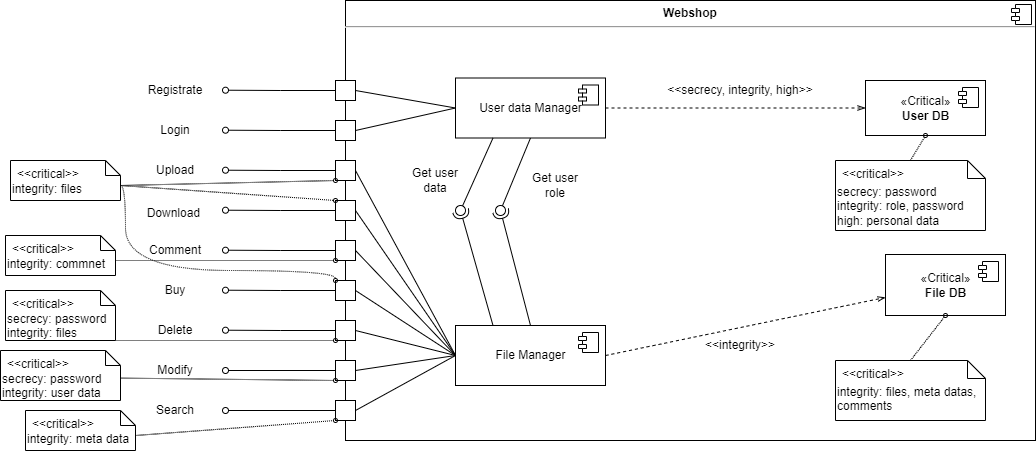
The draw.io diagram Diagrams/component.png in rittakos/CreaTeam-ComputerSecurity, before a commit. Source tidied: cells renumbered, new cells last; positions are measured from the earlier drawing's top-left corner, leaving out a move shared by most shapes.
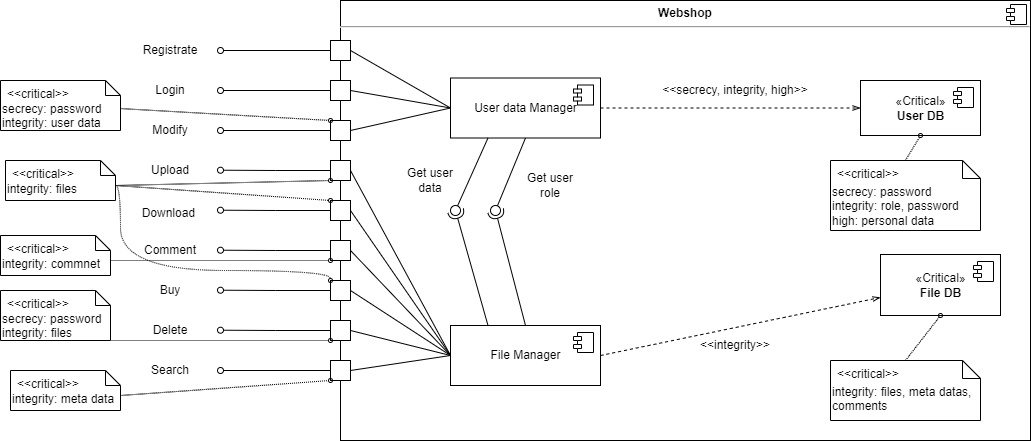
The same file after the commit.

Commit message:
update component diagram

Change to the diagram source:
```diff
@@ -23,25 +23,25 @@
     </mxCell>
     <mxCell id="7" style="edgeStyle=orthogonalEdgeStyle;rounded=0;jettySize=auto;html=1;exitX=0;exitY=0.5;exitDx=0;exitDy=0;endArrow=oval;endFill=0;" parent="1" edge="1" source="9">
       <mxGeometry relative="1" as="geometry">
-        <mxPoint x="225" y="89.7" as="targetPoint" />
+        <mxPoint x="225" y="50" as="targetPoint" />
       </mxGeometry>
     </mxCell>
     <mxCell id="8" style="rounded=0;jettySize=auto;html=1;exitX=1;exitY=0.5;exitDx=0;exitDy=0;endArrow=none;endFill=0;entryX=0;entryY=0.5;entryDx=0;entryDy=0;" parent="1" edge="1" source="9" target="40">
       <mxGeometry relative="1" as="geometry" />
     </mxCell>
     <mxCell id="9" style="rounded=0;whiteSpace=wrap;html=1;" parent="1" vertex="1">
-      <mxGeometry x="335" y="80" width="20" height="20" as="geometry" />
+      <mxGeometry x="335" y="40" width="20" height="20" as="geometry" />
     </mxCell>
     <mxCell id="10" style="edgeStyle=orthogonalEdgeStyle;rounded=0;jettySize=auto;html=1;exitX=0;exitY=0.5;exitDx=0;exitDy=0;endArrow=oval;endFill=0;" parent="1" edge="1" source="12">
       <mxGeometry relative="1" as="geometry">
-        <mxPoint x="225" y="129.7" as="targetPoint" />
+        <mxPoint x="225" y="90" as="targetPoint" />
       </mxGeometry>
     </mxCell>
     <mxCell id="11" style="edgeStyle=none;rounded=0;jettySize=auto;html=1;exitX=1;exitY=0.5;exitDx=0;exitDy=0;endArrow=none;endFill=0;entryX=0;entryY=0.5;entryDx=0;entryDy=0;" parent="1" edge="1" source="12" target="40">
       <mxGeometry relative="1" as="geometry" />
     </mxCell>
     <mxCell id="12" style="rounded=0;whiteSpace=wrap;html=1;" parent="1" vertex="1">
-      <mxGeometry x="335" y="120" width="20" height="20" as="geometry" />
+      <mxGeometry x="335" y="80" width="20" height="20" as="geometry" />
     </mxCell>
     <mxCell id="13" style="edgeStyle=orthogonalEdgeStyle;rounded=0;jettySize=auto;html=1;exitX=0;exitY=0.5;exitDx=0;exitDy=0;endArrow=oval;endFill=0;" parent="1" edge="1" source="15">
       <mxGeometry relative="1" as="geometry">
@@ -88,10 +88,10 @@
       <mxGeometry x="335" y="320" width="20" height="20" as="geometry" />
     </mxCell>
     <mxCell id="25" value="Registrate" style="text;html=1;strokeColor=none;fillColor=none;align=center;verticalAlign=middle;whiteSpace=wrap;rounded=0;" parent="1" vertex="1">
-      <mxGeometry x="145" y="75" width="60" height="30" as="geometry" />
+      <mxGeometry x="145" y="35" width="60" height="30" as="geometry" />
     </mxCell>
     <mxCell id="26" value="Login" style="text;html=1;strokeColor=none;fillColor=none;align=center;verticalAlign=middle;whiteSpace=wrap;rounded=0;" parent="1" vertex="1">
-      <mxGeometry x="145" y="115" width="60" height="30" as="geometry" />
+      <mxGeometry x="145" y="75" width="60" height="30" as="geometry" />
     </mxCell>
     <mxCell id="27" value="Upload" style="text;html=1;strokeColor=none;fillColor=none;align=center;verticalAlign=middle;whiteSpace=wrap;rounded=0;" parent="1" vertex="1">
       <mxGeometry x="145" y="155" width="60" height="30" as="geometry" />
@@ -110,17 +110,17 @@
     </mxCell>
     <mxCell id="32" style="edgeStyle=orthogonalEdgeStyle;rounded=0;jettySize=auto;html=1;exitX=0;exitY=0.5;exitDx=0;exitDy=0;endArrow=oval;endFill=0;" parent="1" edge="1" source="34">
       <mxGeometry relative="1" as="geometry">
-        <mxPoint x="225" y="370" as="targetPoint" />
+        <mxPoint x="225" y="130" as="targetPoint" />
       </mxGeometry>
     </mxCell>
-    <mxCell id="33" style="edgeStyle=none;rounded=0;jettySize=auto;html=1;exitX=1;exitY=0.5;exitDx=0;exitDy=0;endArrow=none;endFill=0;entryX=0;entryY=0.5;entryDx=0;entryDy=0;" parent="1" edge="1" source="34" target="37">
+    <mxCell id="33" style="edgeStyle=none;rounded=0;jettySize=auto;html=1;exitX=1;exitY=0.5;exitDx=0;exitDy=0;endArrow=none;endFill=0;entryX=0;entryY=0.5;entryDx=0;entryDy=0;" parent="1" edge="1" source="34" target="40">
       <mxGeometry relative="1" as="geometry" />
     </mxCell>
     <mxCell id="34" style="rounded=0;whiteSpace=wrap;html=1;" parent="1" vertex="1">
-      <mxGeometry x="335" y="360" width="20" height="20" as="geometry" />
+      <mxGeometry x="335" y="120" width="20" height="20" as="geometry" />
     </mxCell>
     <mxCell id="35" value="Modify" style="text;html=1;strokeColor=none;fillColor=none;align=center;verticalAlign=middle;whiteSpace=wrap;rounded=0;" parent="1" vertex="1">
-      <mxGeometry x="145" y="355" width="60" height="30" as="geometry" />
+      <mxGeometry x="145" y="115" width="60" height="30" as="geometry" />
     </mxCell>
     <mxCell id="36" style="edgeStyle=none;rounded=0;jettySize=auto;html=1;exitX=1;exitY=0.5;exitDx=0;exitDy=0;dashed=1;endArrow=openThin;endFill=0;" parent="1" edge="1" source="37" target="44">
       <mxGeometry relative="1" as="geometry" />
@@ -162,9 +162,9 @@
     </mxCell>
     <mxCell id="46" style="edgeStyle=orthogonalEdgeStyle;rounded=0;jettySize=auto;html=1;exitX=0;exitY=0.5;exitDx=0;exitDy=0;endArrow=oval;endFill=0;" parent="1" edge="1" source="48">
       <mxGeometry relative="1" as="geometry">
-        <mxPoint x="225" y="410" as="targetPoint" />
+        <mxPoint x="225" y="370" as="targetPoint" />
         <Array as="points">
-          <mxPoint x="225" y="410" />
+          <mxPoint x="225" y="370" />
         </Array>
       </mxGeometry>
     </mxCell>
@@ -172,10 +172,10 @@
       <mxGeometry relative="1" as="geometry" />
     </mxCell>
     <mxCell id="48" style="rounded=0;whiteSpace=wrap;html=1;" parent="1" vertex="1">
-      <mxGeometry x="335" y="400" width="20" height="20" as="geometry" />
+      <mxGeometry x="335" y="360" width="20" height="20" as="geometry" />
     </mxCell>
     <mxCell id="49" value="Search" style="text;html=1;strokeColor=none;fillColor=none;align=center;verticalAlign=middle;whiteSpace=wrap;rounded=0;" parent="1" vertex="1">
-      <mxGeometry x="145" y="395" width="60" height="30" as="geometry" />
+      <mxGeometry x="145" y="355" width="60" height="30" as="geometry" />
     </mxCell>
     <mxCell id="50" value="&amp;lt;&amp;lt;secrecy, integrity, high&amp;gt;&amp;gt;" style="text;html=1;strokeColor=none;fillColor=none;align=center;verticalAlign=middle;whiteSpace=wrap;rounded=0;" parent="1" vertex="1">
       <mxGeometry x="665" y="75" width="150" height="30" as="geometry" />
@@ -205,7 +205,7 @@
       <mxGeometry relative="1" as="geometry" />
     </mxCell>
     <mxCell id="59" value="&lt;div style=&quot;&quot;&gt;&lt;span style=&quot;background-color: initial;&quot;&gt;integrity: meta data&lt;/span&gt;&lt;br&gt;&lt;/div&gt;" style="shape=note2;boundedLbl=1;whiteSpace=wrap;html=1;size=15;verticalAlign=top;align=left;" parent="1" vertex="1">
-      <mxGeometry x="25" y="410" width="110" height="40" as="geometry" />
+      <mxGeometry x="15" y="370" width="110" height="40" as="geometry" />
     </mxCell>
     <mxCell id="60" value="&lt;&lt;critical&gt;&gt;" style="strokeColor=none;fillColor=none;align=left;spacingLeft=5;" parent="59" vertex="1">
       <mxGeometry width="110" height="25" relative="1" as="geometry" />
@@ -222,11 +222,11 @@
     <mxCell id="64" style="rounded=0;jettySize=auto;html=1;exitX=1;exitY=1;exitDx=0;exitDy=0;entryX=0;entryY=1;entryDx=0;entryDy=0;dashed=1;dashPattern=1 1;endArrow=oval;endFill=0;endSize=4;exitPerimeter=0;" parent="1" edge="1" source="81" target="24">
       <mxGeometry relative="1" as="geometry" />
     </mxCell>
-    <mxCell id="65" style="edgeStyle=none;rounded=0;jettySize=auto;html=1;exitX=0;exitY=0;exitDx=110;exitDy=27.5;exitPerimeter=0;entryX=0;entryY=1;entryDx=0;entryDy=0;dashed=1;dashPattern=1 1;endArrow=oval;endFill=0;endSize=4;" parent="1" edge="1" source="66" target="34">
+    <mxCell id="65" style="edgeStyle=none;rounded=0;jettySize=auto;html=1;exitX=0;exitY=0;exitDx=110;exitDy=27.5;exitPerimeter=0;entryX=0;entryY=0;entryDx=0;entryDy=0;dashed=1;dashPattern=1 1;endArrow=oval;endFill=0;endSize=4;" parent="1" edge="1" source="66" target="34">
       <mxGeometry relative="1" as="geometry" />
     </mxCell>
     <mxCell id="66" value="&lt;div style=&quot;&quot;&gt;&lt;span style=&quot;background-color: initial;&quot;&gt;secrecy: password&lt;/span&gt;&lt;/div&gt;&lt;div style=&quot;&quot;&gt;&lt;span style=&quot;background-color: initial;&quot;&gt;integrity: user data&lt;/span&gt;&lt;br&gt;&lt;/div&gt;&lt;div style=&quot;&quot;&gt;&lt;span style=&quot;background-color: initial;&quot;&gt;&lt;br&gt;&lt;/span&gt;&lt;/div&gt;" style="shape=note2;boundedLbl=1;whiteSpace=wrap;html=1;size=15;verticalAlign=top;align=left;" parent="1" vertex="1">
-      <mxGeometry y="350" width="120" height="50" as="geometry" />
+      <mxGeometry x="5" y="80" width="120" height="50" as="geometry" />
     </mxCell>
     <mxCell id="67" value="&lt;&lt;critical&gt;&gt;" style="strokeColor=none;fillColor=none;align=left;spacingLeft=5;" parent="66" vertex="1">
       <mxGeometry width="120" height="25" relative="1" as="geometry" />
```
